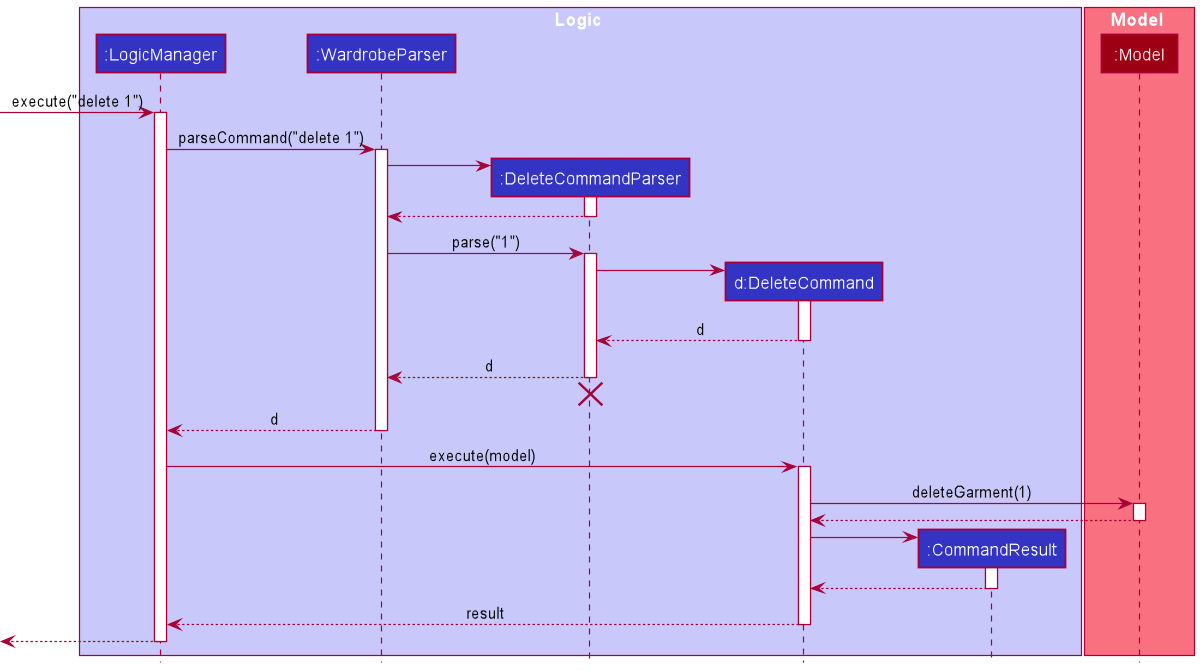
Earlier version of the PlantUML export docs/images/DeleteSequenceDiagram.png (nus-cs2103-AY2021S2/tp).
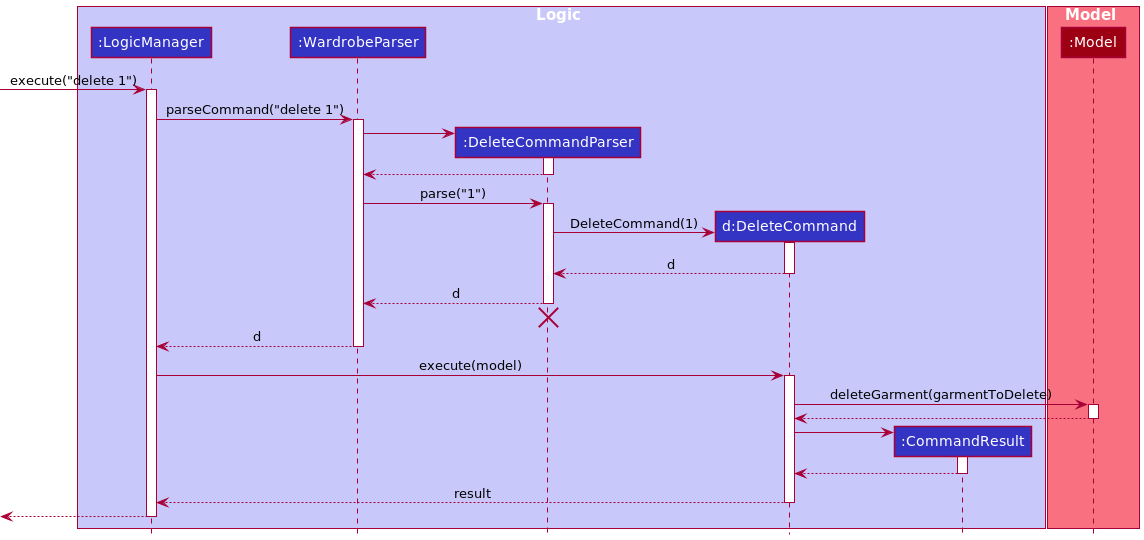
After the commit.

Change to the diagram source:
```diff
@@ -30,7 +30,7 @@
 activate DeleteCommandParser
 
 create DeleteCommand
-DeleteCommandParser -> DeleteCommand
+DeleteCommandParser -> DeleteCommand : DeleteCommand(1)
 activate DeleteCommand
 
 DeleteCommand --> DeleteCommandParser : d
@@ -47,7 +47,7 @@
 LogicManager -> DeleteCommand : execute(model)
 activate DeleteCommand
 
-DeleteCommand -> Model : deleteGarment(1)
+DeleteCommand -> Model : deleteGarment(garmentToDelete)
 activate Model
 
 Model --> DeleteCommand
```
